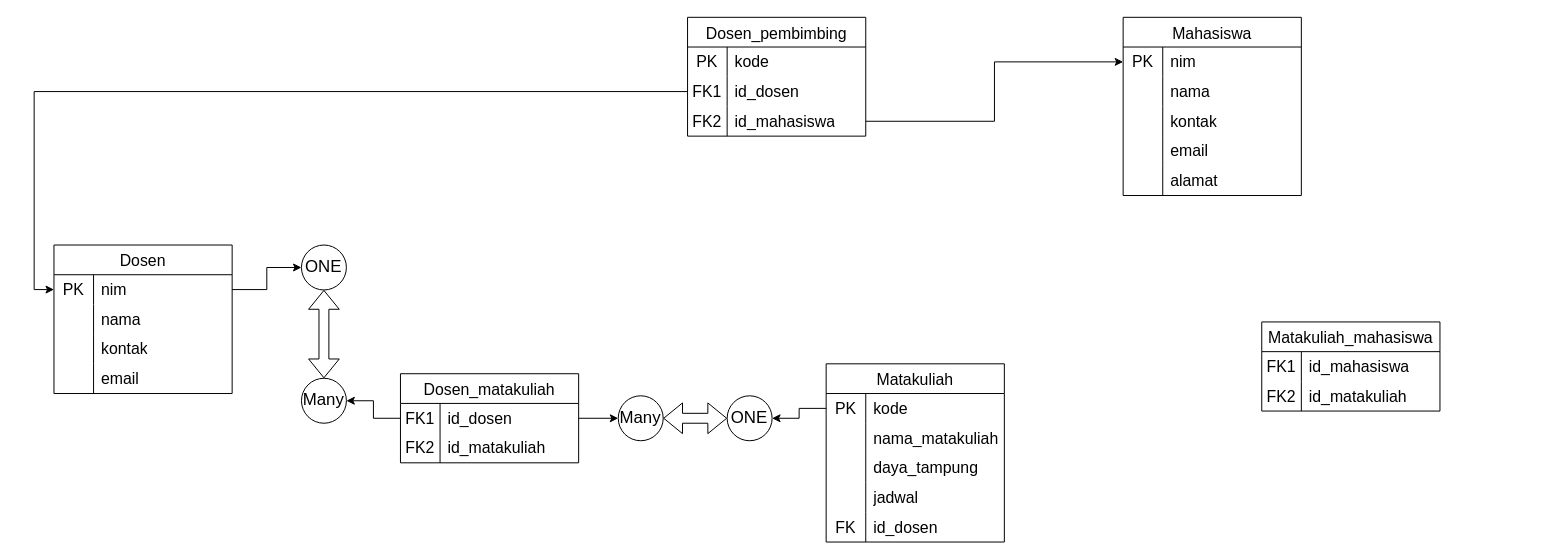
Above: Untitled Diagram.drawio in Razha90/Advice-Generator (draw.io), before the change. Source tidied: cells renumbered, new cells numbered last; positions are measured from the earlier drawing's top-left corner, leaving out a move shared by most shapes. Both pictures are drawn from the tidied source at 99%, with x=0, y=0 at pixel (53, 17).
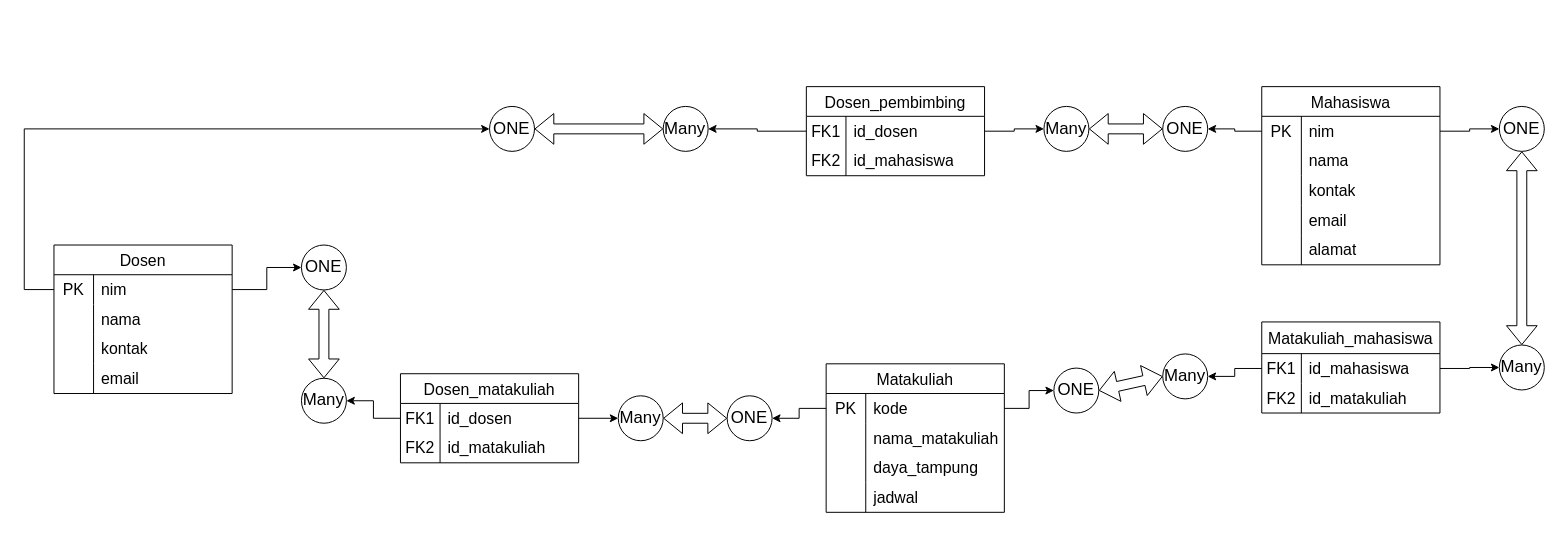
After the change.

Unchanged cells that the change refers to:
```xml
<mxCell id="3" style="shape=tableRow;horizontal=0;startSize=0;swimlaneHead=0;swimlaneBody=0;top=0;left=0;bottom=0;right=0;fillColor=none;points=[[0,0.5],[1,0.5]];portConstraint=eastwest;strokeColor=inherit;fontSize=16;" parent="2" vertex="1">
  <mxGeometry y="30" width="180" height="30" as="geometry" />
</mxCell>
<mxCell id="16" style="shape=tableRow;horizontal=0;startSize=0;swimlaneHead=0;swimlaneBody=0;top=0;left=0;bottom=0;right=0;fillColor=none;points=[[0,0.5],[1,0.5]];portConstraint=eastwest;strokeColor=inherit;fontSize=16;" parent="15" vertex="1">
  <mxGeometry y="30" width="180" height="30" as="geometry" />
</mxCell>
<mxCell id="32" style="shape=tableRow;horizontal=0;startSize=0;swimlaneHead=0;swimlaneBody=0;top=0;left=0;bottom=0;right=0;fillColor=none;points=[[0,0.5],[1,0.5]];portConstraint=eastwest;strokeColor=inherit;fontSize=16;" parent="31" vertex="1">
  <mxGeometry y="30" width="180" height="30" as="geometry" />
</mxCell>
```

What changed in the source:
```diff
@@
     <mxCell id="15" value="Mahasiswa" style="shape=table;startSize=30;childLayout=tableLayout;rowLines=0;fontStyle=0;strokeColor=default;fontSize=16;" parent="1" vertex="1">
-      <mxGeometry x="1080" width="180" height="180" as="geometry" />
+      <mxGeometry x="1220" y="70" width="180" height="180" as="geometry" />
     </mxCell>
@@
     <mxCell id="31" value="Matakuliah" style="shape=table;startSize=30;childLayout=tableLayout;rowLines=0;fontStyle=0;strokeColor=default;fontSize=16;" parent="1" vertex="1">
-      <mxGeometry x="780" y="350" width="180" height="180" as="geometry" />
+      <mxGeometry x="780" y="350" width="180" height="150" as="geometry" />
     </mxCell>
@@
-    <mxCell id="44" style="shape=tableRow;horizontal=0;startSize=0;swimlaneHead=0;swimlaneBody=0;top=0;left=0;bottom=0;right=0;fillColor=none;strokeColor=inherit;fontSize=16;" parent="31" vertex="1">
-      <mxGeometry y="150" width="180" height="30" as="geometry" />
-    </mxCell>
-    <mxCell id="45" value="FK" style="shape=partialRectangle;html=1;whiteSpace=wrap;fillColor=none;top=0;left=0;bottom=0;right=0;overflow=hidden;strokeColor=inherit;fontSize=16;" parent="44" vertex="1">
-      <mxGeometry width="40" height="30" as="geometry" />
-    </mxCell>
-    <mxCell id="46" value="id_dosen" style="shape=partialRectangle;html=1;whiteSpace=wrap;fillColor=none;top=0;left=0;bottom=0;right=0;align=left;spacingLeft=6;overflow=hidden;strokeColor=inherit;fontSize=16;" parent="44" vertex="1">
-      <mxGeometry x="40" width="140" height="30" as="geometry" />
-    </mxCell>
+    <mxCell id="83" style="edgeStyle=orthogonalEdgeStyle;rounded=0;jettySize=auto;html=1;entryX=1;entryY=0.5;entryDx=0;entryDy=0;" parent="1" edge="1" source="47" target="95">
+      <mxGeometry relative="1" as="geometry" />
+    </mxCell>
     <mxCell id="47" value="Dosen_pembimbing" style="shape=table;startSize=30;childLayout=tableLayout;rowLines=0;fontStyle=0;strokeColor=default;fontSize=16;" parent="1" vertex="1">
-      <mxGeometry x="640" width="180" height="120" as="geometry" />
+      <mxGeometry x="760" y="70" width="180" height="90" as="geometry" />
     </mxCell>
-    <mxCell id="48" style="shape=tableRow;horizontal=0;startSize=0;swimlaneHead=0;swimlaneBody=0;top=0;left=0;bottom=0;right=0;fillColor=none;strokeColor=inherit;fontSize=16;" parent="47" vertex="1">
-      <mxGeometry y="30" width="180" height="30" as="geometry" />
-    </mxCell>
-    <mxCell id="49" value="PK" style="shape=partialRectangle;html=1;whiteSpace=wrap;fillColor=none;top=0;left=0;bottom=0;right=0;overflow=hidden;strokeColor=inherit;fontSize=16;" parent="48" vertex="1">
-      <mxGeometry width="40" height="30" as="geometry" />
-    </mxCell>
-    <mxCell id="50" value="kode" style="shape=partialRectangle;html=1;whiteSpace=wrap;fillColor=none;top=0;left=0;bottom=0;right=0;align=left;spacingLeft=6;overflow=hidden;strokeColor=inherit;fontSize=16;" parent="48" vertex="1">
-      <mxGeometry x="40" width="140" height="30" as="geometry" />
-    </mxCell>
     <mxCell id="51" style="shape=tableRow;horizontal=0;startSize=0;swimlaneHead=0;swimlaneBody=0;top=0;left=0;bottom=0;right=0;fillColor=none;points=[[0,0.5],[1,0.5]];portConstraint=eastwest;strokeColor=inherit;fontSize=16;" parent="47" vertex="1">
-      <mxGeometry y="60" width="180" height="30" as="geometry" />
+      <mxGeometry y="30" width="180" height="30" as="geometry" />
     </mxCell>
@@
     <mxCell id="54" style="shape=tableRow;horizontal=0;startSize=0;swimlaneHead=0;swimlaneBody=0;top=0;left=0;bottom=0;right=0;fillColor=none;points=[[0,0.5],[1,0.5]];portConstraint=eastwest;strokeColor=inherit;fontSize=16;" parent="47" vertex="1">
-      <mxGeometry y="90" width="180" height="30" as="geometry" />
+      <mxGeometry y="60" width="180" height="30" as="geometry" />
     </mxCell>
@@
-    <mxCell id="57" style="edgeStyle=orthogonalEdgeStyle;rounded=0;jettySize=auto;html=1;entryX=0;entryY=0.5;entryDx=0;entryDy=0;" parent="1" edge="1" source="51" target="3">
-      <mxGeometry relative="1" as="geometry" />
-    </mxCell>
-    <mxCell id="58" style="edgeStyle=orthogonalEdgeStyle;rounded=0;jettySize=auto;html=1;entryX=0;entryY=0.5;entryDx=0;entryDy=0;" parent="1" edge="1" source="54" target="16">
-      <mxGeometry relative="1" as="geometry" />
-    </mxCell>
-    <mxCell id="59" value="Matakuliah_mahasiswa" style="shape=table;startSize=30;childLayout=tableLayout;rowLines=0;fontStyle=0;strokeColor=default;fontSize=16;" parent="1" vertex="1">
-      <mxGeometry x="1220" y="307.7" width="180" height="90" as="geometry" />
+    <mxCell id="59" value="Matakuliah_mahasiswa" style="shape=table;startSize=32;childLayout=tableLayout;rowLines=0;fontStyle=0;strokeColor=default;fontSize=16;" parent="1" vertex="1">
+      <mxGeometry x="1220" y="307.7" width="180" height="92" as="geometry" />
     </mxCell>
     <mxCell id="60" style="shape=tableRow;horizontal=0;startSize=0;swimlaneHead=0;swimlaneBody=0;top=0;left=0;bottom=0;right=0;fillColor=none;points=[[0,0.5],[1,0.5]];portConstraint=eastwest;strokeColor=inherit;fontSize=16;" parent="59" vertex="1">
-      <mxGeometry y="30" width="180" height="30" as="geometry" />
+      <mxGeometry y="32" width="180" height="30" as="geometry" />
     </mxCell>
@@
     <mxCell id="63" style="shape=tableRow;horizontal=0;startSize=0;swimlaneHead=0;swimlaneBody=0;top=0;left=0;bottom=0;right=0;fillColor=none;strokeColor=inherit;fontSize=16;" parent="59" vertex="1">
-      <mxGeometry y="60" width="180" height="30" as="geometry" />
+      <mxGeometry y="62" width="180" height="30" as="geometry" />
     </mxCell>
@@
+    <mxCell id="84" value="ONE" style="ellipse;whiteSpace=wrap;html=1;fontSize=17;" parent="1" vertex="1">
+      <mxGeometry x="1010" y="354.3" width="45.4" height="45.4" as="geometry" />
+    </mxCell>
+    <mxCell id="85" value="Many" style="ellipse;whiteSpace=wrap;html=1;fontSize=17;" parent="1" vertex="1">
+      <mxGeometry x="1120" y="340" width="45.4" height="45.4" as="geometry" />
+    </mxCell>
+    <mxCell id="86" style="edgeStyle=orthogonalEdgeStyle;rounded=0;jettySize=auto;html=1;entryX=0;entryY=0.5;entryDx=0;entryDy=0;" parent="1" edge="1" source="32" target="84">
+      <mxGeometry relative="1" as="geometry" />
+    </mxCell>
+    <mxCell id="87" style="edgeStyle=orthogonalEdgeStyle;rounded=0;jettySize=auto;html=1;entryX=1;entryY=0.5;entryDx=0;entryDy=0;" parent="1" edge="1" source="60" target="85">
+      <mxGeometry relative="1" as="geometry" />
+    </mxCell>
+    <mxCell id="88" style="shape=flexArrow;endArrow=classic;startArrow=classic;html=1;rounded=0;entryX=0;entryY=0.5;entryDx=0;entryDy=0;exitX=1;exitY=0.5;exitDx=0;exitDy=0;" parent="1" edge="1" source="84" target="85">
+      <mxGeometry relative="1" as="geometry" />
+    </mxCell>
+    <mxCell id="89" value="Many" style="ellipse;whiteSpace=wrap;html=1;fontSize=17;" parent="1" vertex="1">
+      <mxGeometry x="1460" y="331" width="45.4" height="45.4" as="geometry" />
+    </mxCell>
+    <mxCell id="90" style="edgeStyle=orthogonalEdgeStyle;rounded=0;jettySize=auto;html=1;entryX=0;entryY=0.5;entryDx=0;entryDy=0;" parent="1" edge="1" source="60" target="89">
+      <mxGeometry relative="1" as="geometry" />
+    </mxCell>
+    <mxCell id="91" value="ONE" style="ellipse;whiteSpace=wrap;html=1;fontSize=17;" parent="1" vertex="1">
+      <mxGeometry x="1460" y="90" width="45.4" height="45.4" as="geometry" />
+    </mxCell>
+    <mxCell id="92" style="edgeStyle=orthogonalEdgeStyle;rounded=0;jettySize=auto;html=1;entryX=0;entryY=0.5;entryDx=0;entryDy=0;" parent="1" edge="1" source="16" target="91">
+      <mxGeometry relative="1" as="geometry" />
+    </mxCell>
+    <mxCell id="93" style="shape=flexArrow;endArrow=classic;startArrow=classic;html=1;rounded=0;entryX=0.5;entryY=1;entryDx=0;entryDy=0;exitX=0.5;exitY=0;exitDx=0;exitDy=0;" parent="1" edge="1" source="89" target="91">
+      <mxGeometry relative="1" as="geometry" />
+    </mxCell>
+    <mxCell id="94" value="Many" style="ellipse;whiteSpace=wrap;html=1;fontSize=17;" parent="1" vertex="1">
+      <mxGeometry x="1000" y="90" width="45.4" height="45.4" as="geometry" />
+    </mxCell>
+    <mxCell id="95" value="Many" style="ellipse;whiteSpace=wrap;html=1;fontSize=17;" parent="1" vertex="1">
+      <mxGeometry x="615.4" y="90" width="45.4" height="45.4" as="geometry" />
+    </mxCell>
+    <mxCell id="96" value="ONE" style="ellipse;whiteSpace=wrap;html=1;fontSize=17;" parent="1" vertex="1">
+      <mxGeometry x="1120" y="90" width="45.4" height="45.4" as="geometry" />
+    </mxCell>
+    <mxCell id="97" value="ONE" style="ellipse;whiteSpace=wrap;html=1;fontSize=17;" parent="1" vertex="1">
+      <mxGeometry x="440" y="90" width="45.4" height="45.4" as="geometry" />
+    </mxCell>
+    <mxCell id="98" style="shape=flexArrow;endArrow=classic;startArrow=classic;html=1;rounded=0;entryX=0;entryY=0.5;entryDx=0;entryDy=0;exitX=1;exitY=0.5;exitDx=0;exitDy=0;" parent="1" edge="1" source="97" target="95">
+      <mxGeometry relative="1" as="geometry" />
+    </mxCell>
+    <mxCell id="99" style="shape=flexArrow;endArrow=classic;startArrow=classic;html=1;rounded=0;entryX=0;entryY=0.5;entryDx=0;entryDy=0;exitX=1;exitY=0.5;exitDx=0;exitDy=0;" parent="1" edge="1" source="94" target="96">
+      <mxGeometry relative="1" as="geometry" />
+    </mxCell>
+    <mxCell id="100" style="edgeStyle=orthogonalEdgeStyle;rounded=0;jettySize=auto;html=1;entryX=1;entryY=0.5;entryDx=0;entryDy=0;" parent="1" edge="1" source="16" target="96">
+      <mxGeometry relative="1" as="geometry" />
+    </mxCell>
+    <mxCell id="101" style="edgeStyle=orthogonalEdgeStyle;rounded=0;jettySize=auto;html=1;entryX=0;entryY=0.5;entryDx=0;entryDy=0;" parent="1" edge="1" source="51" target="94">
+      <mxGeometry relative="1" as="geometry" />
+    </mxCell>
+    <mxCell id="102" style="edgeStyle=elbowEdgeStyle;rounded=0;jettySize=auto;html=1;entryX=0;entryY=0.5;entryDx=0;entryDy=0;" parent="1" edge="1" source="3" target="97">
+      <mxGeometry relative="1" as="geometry">
+        <Array as="points">
+          <mxPoint x="-30" y="180" />
+        </Array>
+      </mxGeometry>
+    </mxCell>
```
